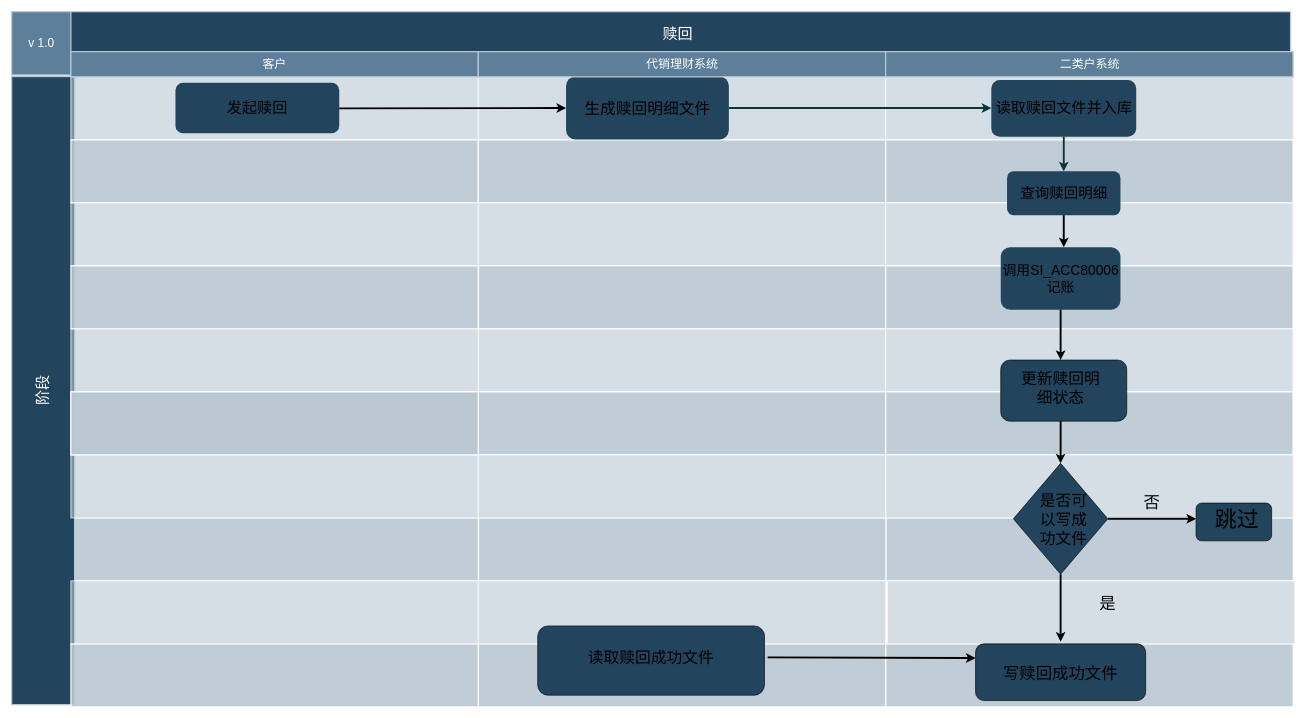
Above: 赎回.drawio in ArnoWJH/gitRepository (draw.io), before the change. Source tidied: cells renumbered, new cells numbered last; positions are measured from the earlier drawing's top-left corner, leaving out a move shared by most shapes. Both pictures are drawn from the tidied source at 63%, with x=0, y=0 at pixel (11, 11).
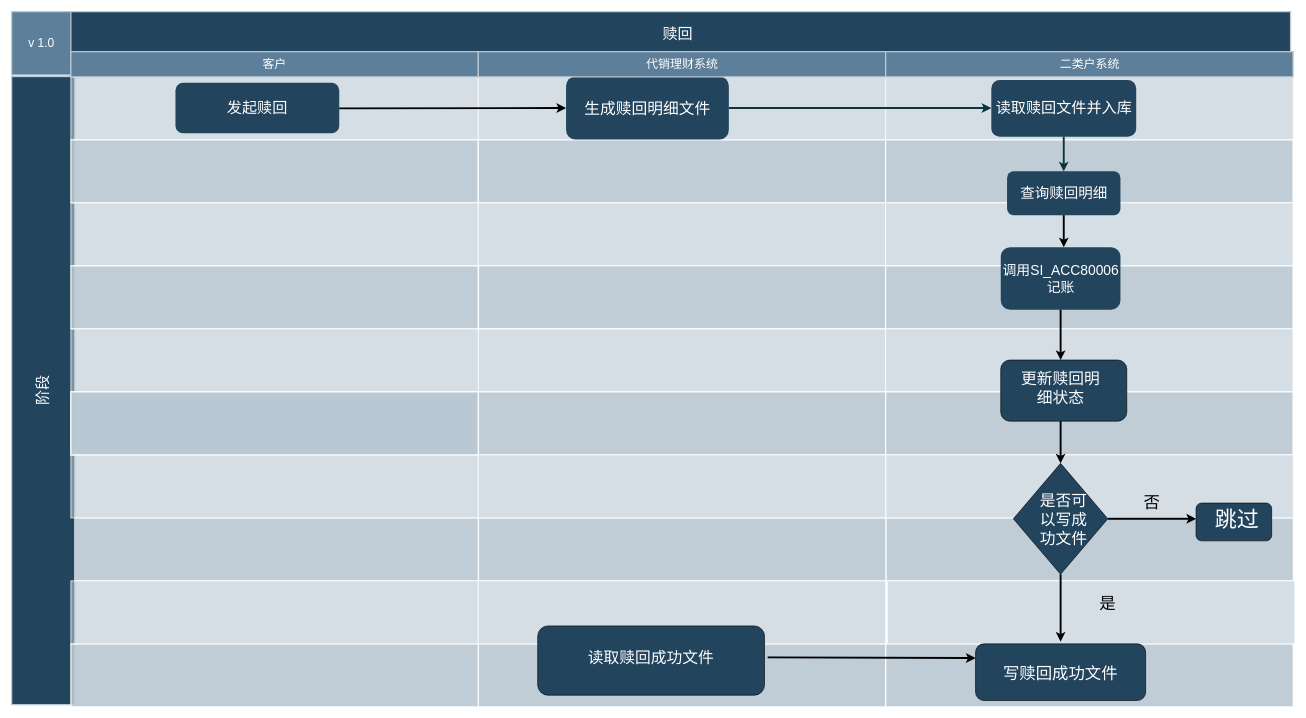
Above is the later version.

What changed in the source:
```diff
@@
-    <mxCell id="30" value="&lt;font style=&quot;font-size: 25px&quot;&gt;生成赎回明细文件&lt;/font&gt;" style="rounded=1;fillColor=#23445D;strokeColor=none;strokeWidth=2;fontFamily=Helvetica;html=1;gradientColor=none;" parent="1" vertex="1">
+    <mxCell id="30" value="&lt;font style=&quot;font-size: 25px&quot; color=&quot;#ffffff&quot;&gt;生成赎回明细文件&lt;/font&gt;" style="rounded=1;fillColor=#23445D;strokeColor=none;strokeWidth=2;fontFamily=Helvetica;html=1;gradientColor=none;" parent="1" vertex="1">
       <mxGeometry x="880" y="103" width="258.4" height="100" as="geometry" />
     </mxCell>
-    <mxCell id="31" value="&lt;font style=&quot;font-size: 22px&quot;&gt;调用SI_ACC80006&lt;br&gt;记账&lt;/font&gt;" style="rounded=1;fillColor=#23445D;strokeColor=none;strokeWidth=2;gradientColor=none;fontFamily=Helvetica;html=1;" parent="1" vertex="1">
+    <mxCell id="31" value="&lt;font style=&quot;font-size: 22px&quot; color=&quot;#ffffff&quot;&gt;调用SI_ACC80006&lt;br&gt;记账&lt;/font&gt;" style="rounded=1;fillColor=#23445D;strokeColor=none;strokeWidth=2;gradientColor=none;fontFamily=Helvetica;html=1;" parent="1" vertex="1">
       <mxGeometry x="1570" y="374" width="190" height="99" as="geometry" />
     </mxCell>
-    <mxCell id="32" value="&lt;font style=&quot;font-size: 24px&quot;&gt;读取赎回文件并入库&lt;/font&gt;" style="rounded=1;fillColor=#23445D;strokeColor=none;strokeWidth=2;gradientColor=none;fontFamily=Helvetica;html=1;" parent="1" vertex="1">
+    <mxCell id="32" value="&lt;font style=&quot;font-size: 24px&quot; color=&quot;#ffffff&quot;&gt;读取赎回文件并入库&lt;/font&gt;" style="rounded=1;fillColor=#23445D;strokeColor=none;strokeWidth=2;gradientColor=none;fontFamily=Helvetica;html=1;" parent="1" vertex="1">
       <mxGeometry x="1555" y="108.5" width="230" height="90" as="geometry" />
     </mxCell>
-    <mxCell id="33" value="&lt;font style=&quot;font-size: 23px&quot;&gt;查询赎回明细&lt;/font&gt;" style="rounded=1;fillColor=#23445D;strokeColor=none;strokeWidth=2;gradientColor=none;fontFamily=Helvetica;html=1;" parent="1" vertex="1">
+    <mxCell id="33" value="&lt;font style=&quot;font-size: 23px&quot; color=&quot;#ffffff&quot;&gt;查询赎回明细&lt;/font&gt;" style="rounded=1;fillColor=#23445D;strokeColor=none;strokeWidth=2;gradientColor=none;fontFamily=Helvetica;html=1;" parent="1" vertex="1">
       <mxGeometry x="1580" y="253.5" width="180" height="69.5" as="geometry" />
     </mxCell>
@@
-    <mxCell id="40" value="&lt;span style=&quot;font-size: 24px&quot;&gt;发起赎回&lt;/span&gt;" style="text;html=1;strokeColor=none;fillColor=none;align=center;verticalAlign=middle;whiteSpace=wrap;rounded=0;" parent="1" vertex="1">
+    <mxCell id="40" value="&lt;span style=&quot;font-size: 24px&quot;&gt;&lt;font color=&quot;#ffffff&quot;&gt;发起赎回&lt;/font&gt;&lt;/span&gt;" style="text;html=1;strokeColor=none;fillColor=none;align=center;verticalAlign=middle;whiteSpace=wrap;rounded=0;" parent="1" vertex="1">
       <mxGeometry x="260" y="128.5" width="260" height="50" as="geometry" />
     </mxCell>
@@
-    <mxCell id="44" value="&lt;font style=&quot;font-size: 25px&quot;&gt;更新赎回明细状态&lt;br&gt;&lt;/font&gt;" style="text;html=1;strokeColor=none;fillColor=none;align=center;verticalAlign=middle;whiteSpace=wrap;rounded=0;" parent="1" vertex="1">
+    <mxCell id="44" value="&lt;font style=&quot;font-size: 25px&quot;&gt;&lt;font color=&quot;#ffffff&quot;&gt;更新赎回明细状态&lt;/font&gt;&lt;br&gt;&lt;/font&gt;" style="text;html=1;strokeColor=none;fillColor=none;align=center;verticalAlign=middle;whiteSpace=wrap;rounded=0;" parent="1" vertex="1">
       <mxGeometry x="1590" y="543" width="150" height="107" as="geometry" />
     </mxCell>
@@
-    <mxCell id="48" value="&lt;font style=&quot;font-size: 25px&quot;&gt;是否可以写成功文件&lt;/font&gt;" style="text;html=1;strokeColor=none;fillColor=none;align=center;verticalAlign=middle;whiteSpace=wrap;rounded=0;" parent="1" vertex="1">
+    <mxCell id="48" value="&lt;font style=&quot;font-size: 25px&quot; color=&quot;#ffffff&quot;&gt;是否可以写成功文件&lt;/font&gt;" style="text;html=1;strokeColor=none;fillColor=none;align=center;verticalAlign=middle;whiteSpace=wrap;rounded=0;" parent="1" vertex="1">
       <mxGeometry x="1620" y="740" width="100" height="130" as="geometry" />
     </mxCell>
@@
-    <mxCell id="54" value="&lt;font style=&quot;font-size: 35px&quot;&gt;跳过&lt;/font&gt;" style="text;html=1;strokeColor=none;fillColor=none;align=center;verticalAlign=middle;whiteSpace=wrap;rounded=0;" parent="1" vertex="1">
+    <mxCell id="54" value="&lt;font style=&quot;font-size: 35px&quot; color=&quot;#ffffff&quot;&gt;跳过&lt;/font&gt;" style="text;html=1;strokeColor=none;fillColor=none;align=center;verticalAlign=middle;whiteSpace=wrap;rounded=0;" parent="1" vertex="1">
       <mxGeometry x="1880" y="770" width="130" height="70" as="geometry" />
     </mxCell>
@@
-    <mxCell id="62" value="&lt;font style=&quot;font-size: 26px&quot;&gt;写赎回成功文件&lt;/font&gt;" style="text;html=1;strokeColor=none;fillColor=none;align=center;verticalAlign=middle;whiteSpace=wrap;rounded=0;" parent="1" vertex="1">
+    <mxCell id="62" value="&lt;font style=&quot;font-size: 26px&quot; color=&quot;#ffffff&quot;&gt;写赎回成功文件&lt;/font&gt;" style="text;html=1;strokeColor=none;fillColor=none;align=center;verticalAlign=middle;whiteSpace=wrap;rounded=0;" parent="1" vertex="1">
       <mxGeometry x="1550" y="1020" width="230" height="60" as="geometry" />
     </mxCell>
@@
-    <mxCell id="65" value="&lt;font style=&quot;font-size: 25px&quot;&gt;读取赎回成功文件&lt;/font&gt;" style="text;html=1;strokeColor=none;fillColor=none;align=center;verticalAlign=middle;whiteSpace=wrap;rounded=0;" parent="1" vertex="1">
+    <mxCell id="65" value="&lt;font style=&quot;font-size: 25px&quot; color=&quot;#ffffff&quot;&gt;读取赎回成功文件&lt;/font&gt;" style="text;html=1;strokeColor=none;fillColor=none;align=center;verticalAlign=middle;whiteSpace=wrap;rounded=0;" parent="1" vertex="1">
       <mxGeometry x="830" y="990" width="370" height="70" as="geometry" />
     </mxCell>
```
